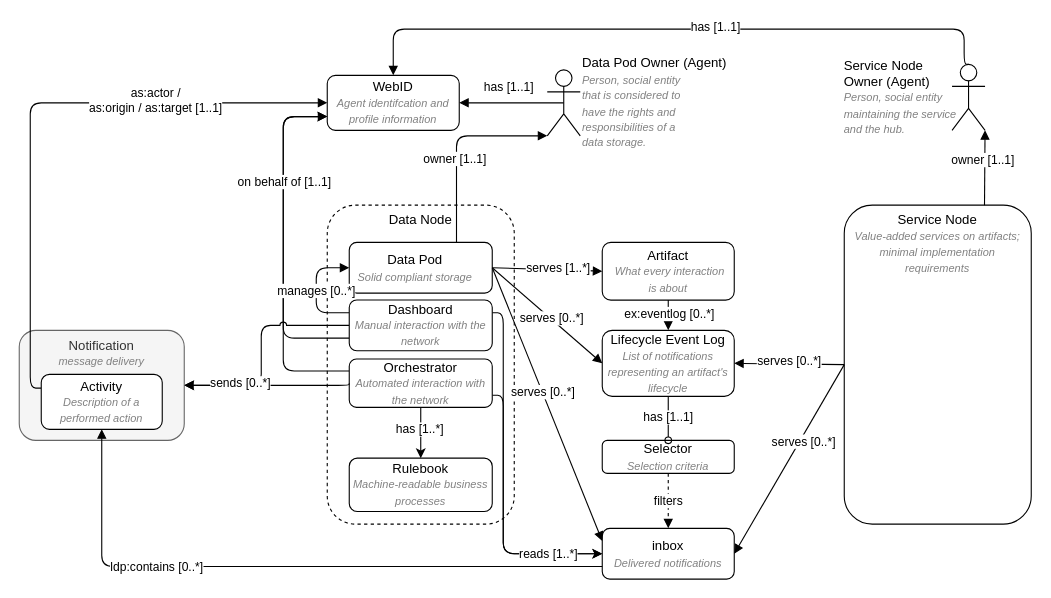
MellonScholarlyCommunication/spec-overview keeps this draw.io diagram as page "Solid" (2 of 3) of diagrams/terminology.drawio. Above is the earlier version. Source tidied: cells renumbered, new cells numbered last; positions are measured from the earlier drawing's top-left corner, leaving out a move shared by most shapes. Both pictures are drawn from the tidied source at 110%, with x=0, y=0 at pixel (19, 29).
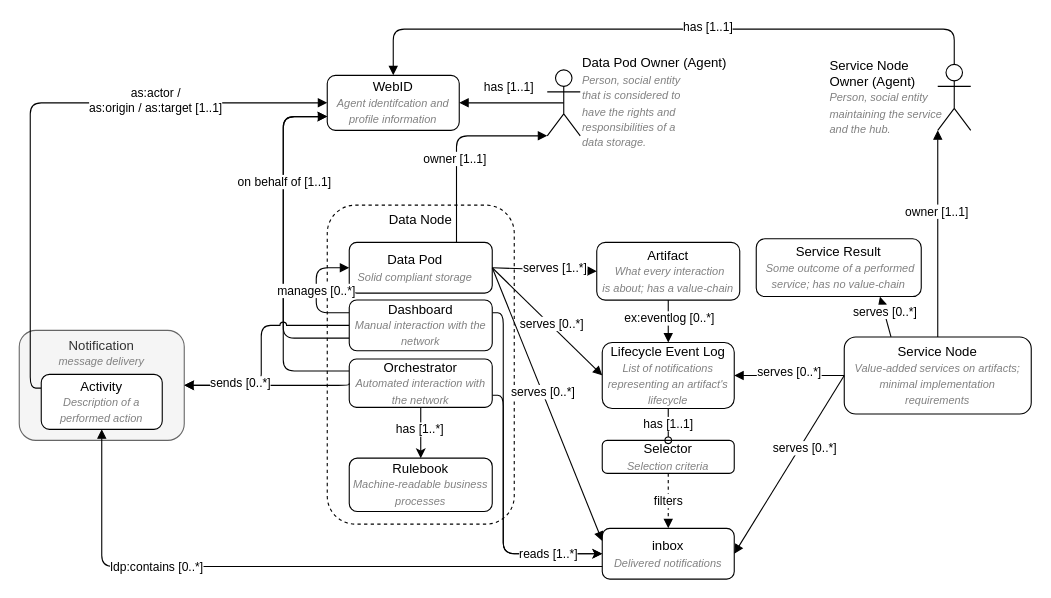
The same page after the edit.

Unchanged cells that the change refers to:
```xml
<mxCell id="46" value="WebID&lt;br&gt;&lt;i&gt;&lt;font style=&quot;font-size: 10px&quot; color=&quot;#808080&quot;&gt;Agent identifcation and profile information&lt;/font&gt;&lt;/i&gt;" style="rounded=1;whiteSpace=wrap;html=1;fillColor=none;" parent="1" vertex="1">
  <mxGeometry x="280" y="42" width="120" height="50" as="geometry" />
</mxCell>
```

Change to the diagram source:
```diff
@@
+    <mxCell id="56" style="jumpStyle=arc;html=1;exitX=0.25;exitY=0;exitDx=0;exitDy=0;entryX=0.75;entryY=1;entryDx=0;entryDy=0;fontSize=10;fontColor=#808080;endArrow=block;endFill=1;" parent="1" edge="1" source="2" target="58">
+      <mxGeometry relative="1" as="geometry" />
+    </mxCell>
+    <mxCell id="57" value="&lt;span style=&quot;color: rgb(0 , 0 , 0) ; font-size: 11px&quot;&gt;serves [0..*]&lt;/span&gt;" style="edgeLabel;html=1;align=center;verticalAlign=middle;fontSize=10;fontColor=#808080;" parent="56" vertex="1">
+      <mxGeometry x="0.27" relative="1" as="geometry" />
+    </mxCell>
     <mxCell id="2" value="Service Node&lt;br&gt;&lt;i style=&quot;color: rgb(128 , 128 , 128) ; font-size: 10px&quot;&gt;Value-added services on artifacts; minimal implementation &lt;br&gt;requirements&lt;/i&gt;" style="rounded=1;whiteSpace=wrap;html=1;verticalAlign=top;" parent="1" vertex="1">
-      <mxGeometry x="750" y="160" width="170" height="290" as="geometry" />
+      <mxGeometry x="750" y="279.8" width="170" height="70" as="geometry" />
     </mxCell>
@@
     <mxCell id="29" value="Lifecycle Event Log&lt;br&gt;&lt;i&gt;&lt;font style=&quot;font-size: 10px&quot; color=&quot;#808080&quot;&gt;List of notifications representing an artifact's lifecycle&lt;/font&gt;&lt;/i&gt;" style="rounded=1;whiteSpace=wrap;html=1;fillColor=none;" parent="1" vertex="1">
-      <mxGeometry x="530" y="273.8" width="120" height="60" as="geometry" />
+      <mxGeometry x="530" y="284.8" width="120" height="60" as="geometry" />
     </mxCell>
@@
-    <mxCell id="32" value="Artifact&lt;br&gt;&amp;nbsp;&lt;i&gt;&lt;font style=&quot;font-size: 10px&quot; color=&quot;#808080&quot;&gt;What every interaction &lt;br&gt;is about&lt;/font&gt;&lt;/i&gt;" style="rounded=1;whiteSpace=wrap;html=1;fillColor=none;strokeColor=#000000;strokeWidth=1;" parent="1" vertex="1">
-      <mxGeometry x="530" y="193.8" width="120" height="52.5" as="geometry" />
+    <mxCell id="32" value="Artifact&lt;br&gt;&amp;nbsp;&lt;i&gt;&lt;font color=&quot;#808080&quot; style=&quot;font-size: 10px&quot;&gt;What every interaction&lt;br&gt;is about; has a value-chain&lt;/font&gt;&lt;/i&gt;" style="rounded=1;whiteSpace=wrap;html=1;fillColor=none;strokeColor=#000000;strokeWidth=1;" parent="1" vertex="1">
+      <mxGeometry x="525" y="193.8" width="130" height="52.5" as="geometry" />
     </mxCell>
@@
-    <mxCell id="51" style="edgeStyle=none;jumpStyle=arc;html=1;exitX=0.75;exitY=0;exitDx=0;exitDy=0;entryX=1;entryY=1;entryDx=0;entryDy=0;entryPerimeter=0;startArrow=none;startFill=0;endArrow=block;endFill=1;spacingTop=0;" parent="1" edge="1" source="2" target="55">
+    <mxCell id="51" style="edgeStyle=none;jumpStyle=arc;html=1;exitX=0.5;exitY=0;exitDx=0;exitDy=0;entryX=0;entryY=1;entryDx=0;entryDy=0;entryPerimeter=0;startArrow=none;startFill=0;endArrow=block;endFill=1;spacingTop=0;" parent="1" edge="1" source="2" target="55">
       <mxGeometry relative="1" as="geometry" />
     </mxCell>
@@
     <mxCell id="53" style="edgeStyle=orthogonalEdgeStyle;jumpStyle=arc;html=1;exitX=0.5;exitY=0;exitDx=0;exitDy=0;exitPerimeter=0;entryX=0.5;entryY=0;entryDx=0;entryDy=0;startArrow=none;startFill=0;endArrow=block;endFill=1;" parent="1" edge="1" source="55" target="46">
       <mxGeometry relative="1" as="geometry">
         <Array as="points">
-          <mxPoint x="859" />
+          <mxPoint x="850" />
           <mxPoint x="340" />
         </Array>
       </mxGeometry>
     </mxCell>
@@
     <mxCell id="55" value="Service Node&lt;br&gt;Owner (Agent)&lt;br&gt;&lt;i style=&quot;font-size: 10px&quot;&gt;&lt;font color=&quot;#808080&quot;&gt;Person, social entity &lt;br&gt;maintaining the service &lt;br&gt;and the hub.&lt;/font&gt;&lt;/i&gt;" style="shape=umlActor;verticalLabelPosition=middle;verticalAlign=middle;html=1;outlineConnect=0;labelPosition=left;align=left;spacingLeft=-70;" parent="1" vertex="1">
-      <mxGeometry x="848" y="32" width="30" height="60" as="geometry" />
+      <mxGeometry x="835" y="32" width="30" height="60" as="geometry" />
     </mxCell>
+    <mxCell id="58" value="Service Result&lt;br&gt;&amp;nbsp;&lt;font color=&quot;#808080&quot;&gt;&lt;span style=&quot;font-size: 10px&quot;&gt;&lt;i&gt;Some outcome of a performed service; has no value-chain&lt;/i&gt;&lt;/span&gt;&lt;/font&gt;" style="rounded=1;whiteSpace=wrap;html=1;fillColor=none;strokeColor=#000000;strokeWidth=1;" parent="1" vertex="1">
+      <mxGeometry x="670" y="190.6" width="150" height="52.5" as="geometry" />
+    </mxCell>
```
